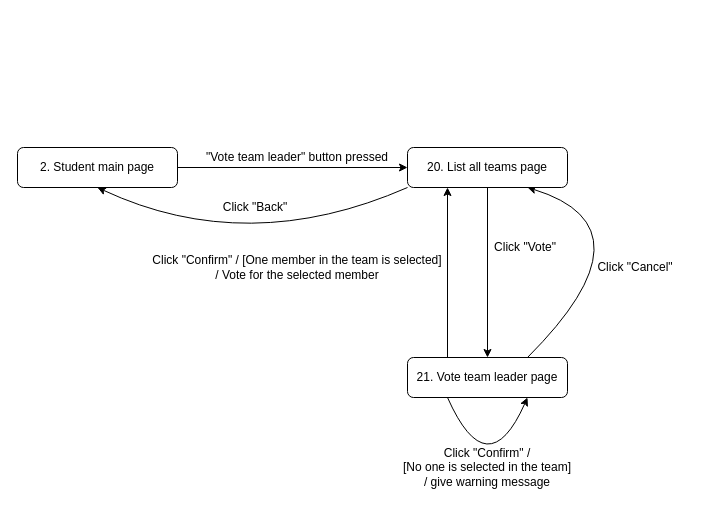
This is Documents/Specifications/Diagrams/3.8_StudentVoteTeamLeader.drawio from ShyScott/Air, a draw.io file, before an edit. Source tidied: cells renumbered, new cells numbered last; positions are measured from the earlier drawing's top-left corner, leaving out a move shared by most shapes. Both pictures are drawn from the tidied source at 100%, with x=0, y=0 at pixel (17, 147).
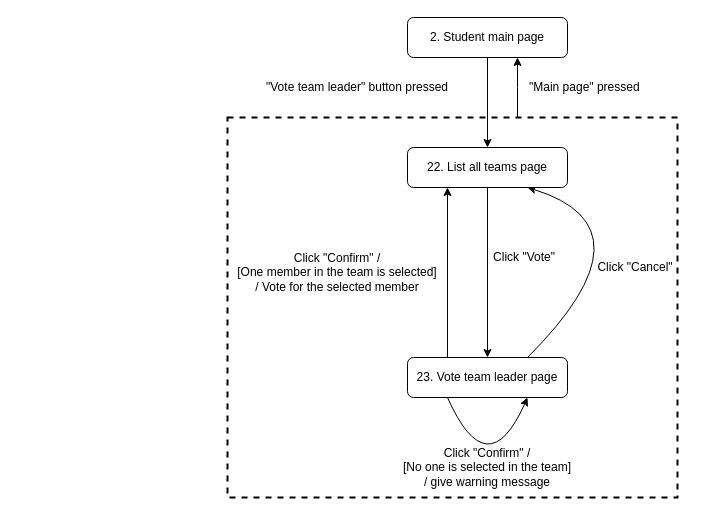
The same page after the edit.

Diff of the diagram source:
```diff
@@
-    <mxCell id="2" style="edgeStyle=orthogonalEdgeStyle;rounded=0;jettySize=auto;html=1;entryX=0;entryY=0.5;entryDx=0;entryDy=0;" parent="1" edge="1" source="3" target="12">
-      <mxGeometry relative="1" as="geometry" />
+    <mxCell id="2" style="edgeStyle=orthogonalEdgeStyle;rounded=0;jettySize=auto;html=1;" parent="1" edge="1" source="3" target="12">
+      <mxGeometry relative="1" as="geometry">
+        <Array as="points">
+          <mxPoint x="440" y="-100" />
+          <mxPoint x="440" y="-100" />
+        </Array>
+      </mxGeometry>
     </mxCell>
     <mxCell id="3" value="2. Student main page" style="rounded=1;whiteSpace=wrap;html=1;" parent="1" vertex="1">
-      <mxGeometry width="160" height="40" as="geometry" />
+      <mxGeometry x="390" y="-130" width="160" height="40" as="geometry" />
     </mxCell>
     <mxCell id="4" value="&quot;Vote team leader&quot; button pressed" style="text;html=1;strokeColor=none;fillColor=none;align=center;verticalAlign=middle;whiteSpace=wrap;rounded=0;" parent="1" vertex="1">
-      <mxGeometry x="170" width="220" height="20" as="geometry" />
+      <mxGeometry x="240" y="-70" width="200" height="20" as="geometry" />
     </mxCell>
@@
-    <mxCell id="6" value="21. Vote team leader page" style="rounded=1;whiteSpace=wrap;html=1;" parent="1" vertex="1">
+    <mxCell id="6" value="23. Vote team leader page" style="rounded=1;whiteSpace=wrap;html=1;" parent="1" vertex="1">
       <mxGeometry x="390" y="210" width="160" height="40" as="geometry" />
     </mxCell>
     <mxCell id="7" value="Click &quot;Vote&quot;" style="text;html=1;strokeColor=none;fillColor=none;align=center;verticalAlign=middle;whiteSpace=wrap;rounded=0;" parent="1" vertex="1">
-      <mxGeometry x="460" y="90" width="96" height="20" as="geometry" />
+      <mxGeometry x="464" y="100" width="86" height="20" as="geometry" />
     </mxCell>
@@
-    <mxCell id="10" value="Click &quot;Confirm&quot; / [One member in the team is selected]&lt;br&gt;/ Vote for the selected member" style="text;html=1;strokeColor=none;fillColor=none;align=center;verticalAlign=middle;whiteSpace=wrap;rounded=0;" parent="1" vertex="1">
-      <mxGeometry x="130" y="110" width="300" height="20" as="geometry" />
+    <mxCell id="10" value="Click &quot;Confirm&quot; /&lt;br&gt;[One member in the team is selected]&lt;br&gt;/ Vote for the selected member" style="text;html=1;strokeColor=none;fillColor=none;align=center;verticalAlign=middle;whiteSpace=wrap;rounded=0;" parent="1" vertex="1">
+      <mxGeometry x="210" y="100" width="220" height="50" as="geometry" />
     </mxCell>
@@
-    <mxCell id="12" value="20. List all teams page" style="rounded=1;whiteSpace=wrap;html=1;" parent="1" vertex="1">
+    <mxCell id="12" value="22. List all teams page" style="rounded=1;whiteSpace=wrap;html=1;" parent="1" vertex="1">
       <mxGeometry x="390" width="160" height="40" as="geometry" />
     </mxCell>
-    <mxCell id="13" style="endArrow=classic;html=1;exitX=0;exitY=1;exitDx=0;exitDy=0;curved=1;entryX=0.5;entryY=1;entryDx=0;entryDy=0;" parent="1" edge="1" source="12" target="3">
-      <mxGeometry relative="1" as="geometry">
-        <Array as="points">
-          <mxPoint x="230" y="110" />
-        </Array>
-      </mxGeometry>
-    </mxCell>
-    <mxCell id="14" value="Click &quot;Back&quot;" style="text;html=1;strokeColor=none;fillColor=none;align=center;verticalAlign=middle;whiteSpace=wrap;rounded=0;" parent="1" vertex="1">
-      <mxGeometry x="120" y="50" width="236" height="20" as="geometry" />
-    </mxCell>
@@
+    <mxCell id="17" style="edgeStyle=orthogonalEdgeStyle;rounded=0;jettySize=auto;html=1;" parent="1" edge="1" source="18" target="3">
+      <mxGeometry relative="1" as="geometry">
+        <Array as="points">
+          <mxPoint x="500" y="-60" />
+          <mxPoint x="500" y="-60" />
+        </Array>
+      </mxGeometry>
+    </mxCell>
+    <mxCell id="18" style="rounded=0;whiteSpace=wrap;html=1;fillColor=none;dashed=1;strokeWidth=2;" parent="1" vertex="1">
+      <mxGeometry x="210" y="-30" width="450" height="380" as="geometry" />
+    </mxCell>
+    <mxCell id="19" value="&quot;Main page&quot; pressed" style="text;html=1;strokeColor=none;fillColor=none;align=left;verticalAlign=middle;whiteSpace=wrap;rounded=0;" parent="1" vertex="1">
+      <mxGeometry x="510" y="-70" width="120" height="20" as="geometry" />
+    </mxCell>
```
